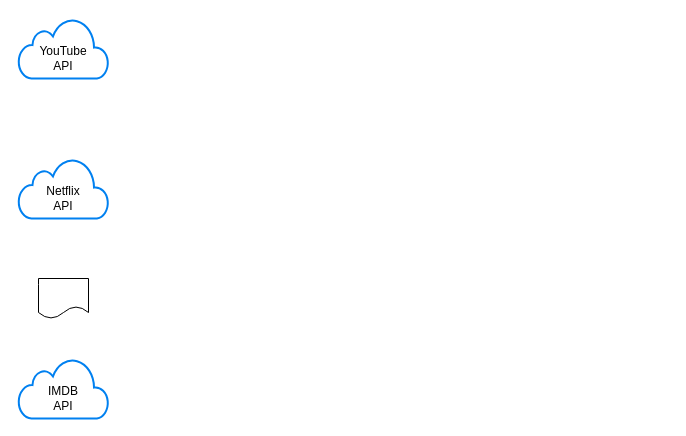
The draw.io diagram Untitled Diagram.drawio in AdityaDarak22/video-streaming-data-analysis, before the edit. Source tidied: cells renumbered, new cells numbered last; positions are measured from the earlier drawing's top-left corner, leaving out a move shared by most shapes. Both pictures are drawn from the tidied source at 100%, with x=0, y=0 at pixel (18, 18).
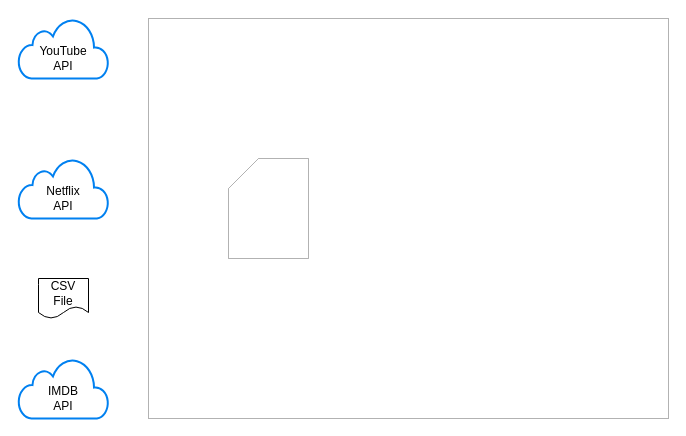
Above is the later version.

Commit message:
api section

Diff of the diagram source:
```diff
@@
 <mxGraphModel>
   <root>
     <mxCell id="0" />
     <mxCell id="1" parent="0" />
     <mxCell id="2" style="html=1;verticalLabelPosition=bottom;align=center;labelBackgroundColor=#ffffff;verticalAlign=top;strokeWidth=2;strokeColor=#0080F0;shadow=0;dashed=0;shape=mxgraph.ios7.icons.cloud;" parent="1" vertex="1">
       <mxGeometry width="90" height="60" as="geometry" />
     </mxCell>
     <mxCell id="3" style="html=1;verticalLabelPosition=bottom;align=center;labelBackgroundColor=#ffffff;verticalAlign=top;strokeWidth=2;strokeColor=#0080F0;shadow=0;dashed=0;shape=mxgraph.ios7.icons.cloud;" parent="1" vertex="1">
       <mxGeometry y="140" width="90" height="60" as="geometry" />
     </mxCell>
     <mxCell id="4" style="html=1;verticalLabelPosition=bottom;align=center;labelBackgroundColor=#ffffff;verticalAlign=top;strokeWidth=2;strokeColor=#0080F0;shadow=0;dashed=0;shape=mxgraph.ios7.icons.cloud;" parent="1" vertex="1">
       <mxGeometry y="340" width="90" height="60" as="geometry" />
     </mxCell>
     <mxCell id="5" style="shape=document;whiteSpace=wrap;html=1;boundedLbl=1;" parent="1" vertex="1">
       <mxGeometry x="20" y="260" width="50" height="40" as="geometry" />
     </mxCell>
     <mxCell id="6" value="YouTube API" style="text;html=1;strokeColor=none;fillColor=none;align=center;verticalAlign=middle;whiteSpace=wrap;rounded=0;" parent="1" vertex="1">
       <mxGeometry x="25" y="30" width="40" height="20" as="geometry" />
     </mxCell>
     <mxCell id="7" value="Netflix&lt;br&gt;API" style="text;html=1;strokeColor=none;fillColor=none;align=center;verticalAlign=middle;whiteSpace=wrap;rounded=0;" parent="1" vertex="1">
       <mxGeometry x="25" y="170" width="40" height="20" as="geometry" />
     </mxCell>
     <mxCell id="8" value="IMDB&lt;br&gt;API" style="text;html=1;strokeColor=none;fillColor=none;align=center;verticalAlign=middle;whiteSpace=wrap;rounded=0;" parent="1" vertex="1">
       <mxGeometry x="25" y="370" width="40" height="20" as="geometry" />
     </mxCell>
+    <mxCell id="9" style="rounded=0;whiteSpace=wrap;html=1;strokeWidth=1;opacity=30;" parent="1" vertex="1">
+      <mxGeometry x="130" width="520" height="400" as="geometry" />
+    </mxCell>
+    <mxCell id="10" value="CSV&lt;br&gt;File" style="text;html=1;strokeColor=none;fillColor=none;align=center;verticalAlign=middle;whiteSpace=wrap;rounded=0;opacity=30;" parent="1" vertex="1">
+      <mxGeometry x="25" y="270" width="40" height="10" as="geometry" />
+    </mxCell>
+    <mxCell id="11" style="shape=card;whiteSpace=wrap;html=1;strokeWidth=1;opacity=30;" parent="1" vertex="1">
+      <mxGeometry x="210" y="140" width="80" height="100" as="geometry" />
+    </mxCell>
   </root>
 </mxGraphModel>
```
